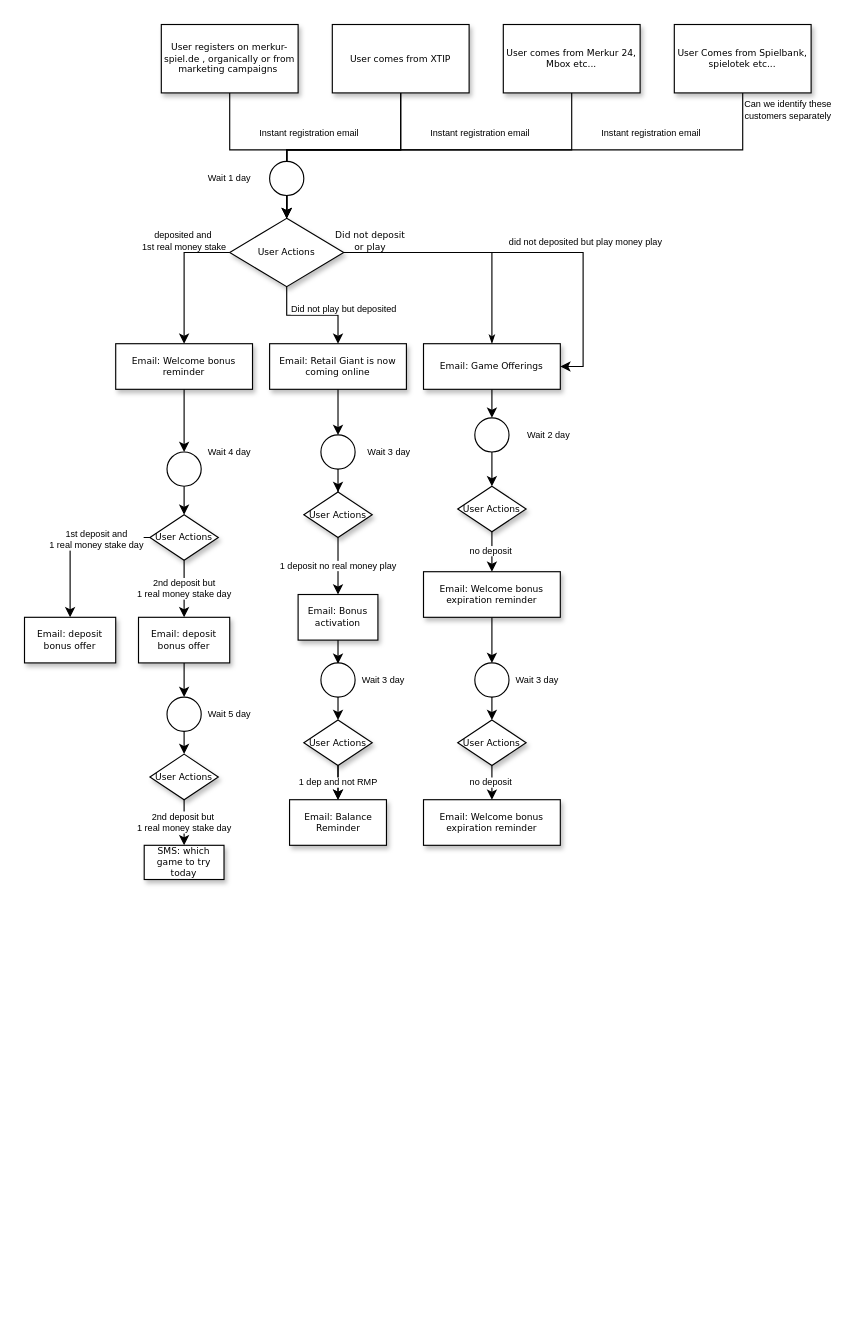
This is Casino Welcome Diagram.drawio from m-rodriguez-merkur/merkur101, a draw.io file, before an edit. Source tidied: cells renumbered, new cells numbered last; positions are measured from the earlier drawing's top-left corner, leaving out a move shared by most shapes. Both pictures are drawn from the tidied source at 114%, with x=0, y=0 at pixel (24, 24).
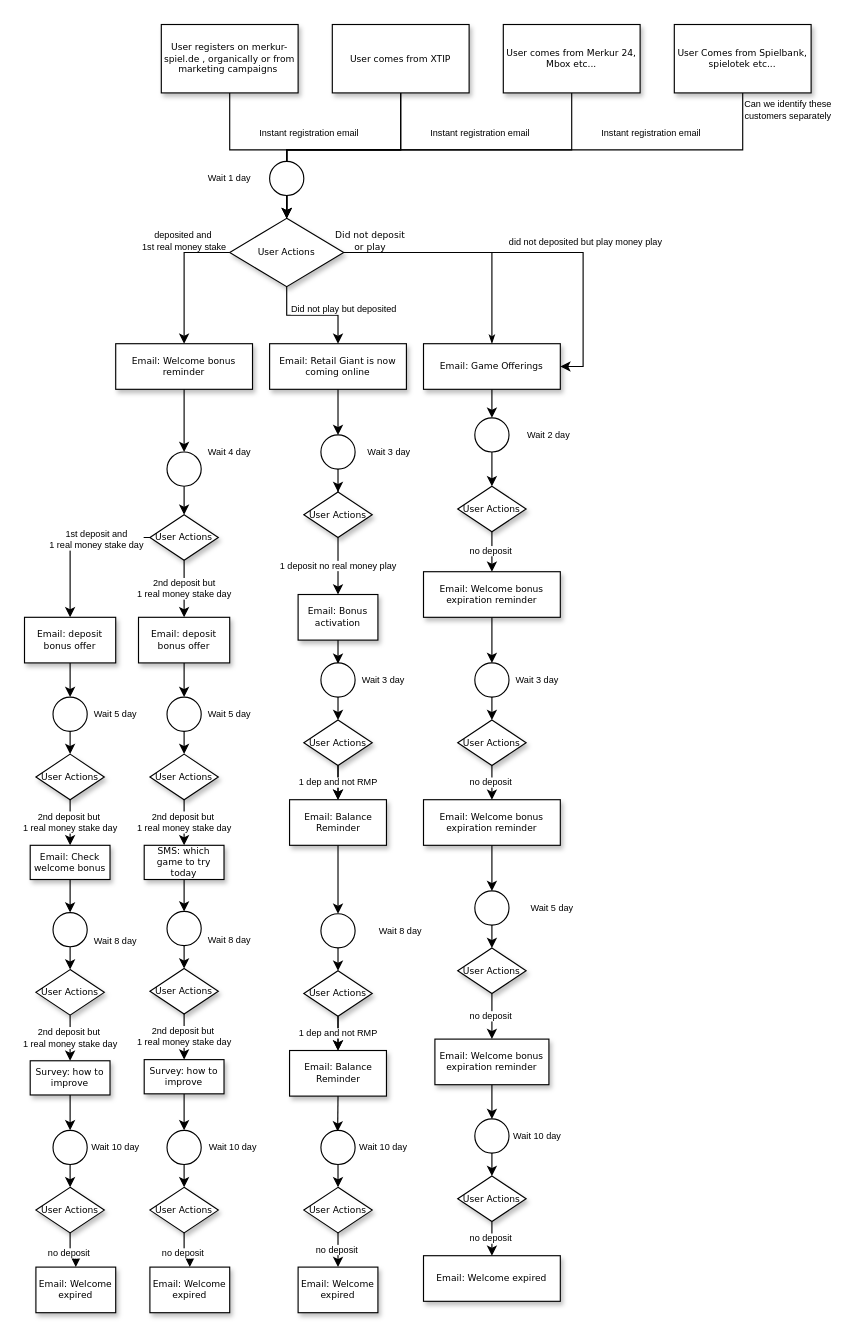
Above is the later version.

The change refers to these unchanged cells:
```xml
<mxCell id="52" value="Email: deposit bonus offer" style="whiteSpace=wrap;html=1;rounded=0;shadow=1;labelBackgroundColor=none;strokeWidth=1;fontFamily=Verdana;fontSize=8;align=center;" parent="1" vertex="1">
  <mxGeometry y="520" width="80" height="40" as="geometry" />
</mxCell>
<mxCell id="58" value="Email: Welcome bonus expiration reminder" style="whiteSpace=wrap;html=1;rounded=0;shadow=1;labelBackgroundColor=none;strokeWidth=1;fontFamily=Verdana;fontSize=8;align=center;" parent="1" vertex="1">
  <mxGeometry x="350" y="680" width="120" height="40" as="geometry" />
</mxCell>
<mxCell id="65" value="Email: Balance Reminder" style="whiteSpace=wrap;html=1;rounded=0;shadow=1;labelBackgroundColor=none;strokeWidth=1;fontFamily=Verdana;fontSize=8;align=center;" parent="1" vertex="1">
  <mxGeometry x="232.5" y="680" width="85" height="40" as="geometry" />
</mxCell>
<mxCell id="71" value="SMS: which game to try today" style="whiteSpace=wrap;html=1;rounded=0;shadow=1;fontFamily=Verdana;fontSize=8;strokeWidth=1;" parent="1" vertex="1">
  <mxGeometry x="105" y="720" width="70" height="30" as="geometry" />
</mxCell>
```

Diff of the diagram source:
```diff
@@
+    <mxCell id="72" style="edgeStyle=orthogonalEdgeStyle;rounded=0;jettySize=auto;html=1;exitX=0.5;exitY=1;exitDx=0;exitDy=0;entryX=0.5;entryY=0;entryDx=0;entryDy=0;fontSize=8;" parent="1" edge="1" source="52" target="99">
+      <mxGeometry relative="1" as="geometry" />
+    </mxCell>
@@
+    <mxCell id="73" style="edgeStyle=orthogonalEdgeStyle;rounded=0;jettySize=auto;html=1;fontSize=8;" parent="1" edge="1" source="58">
+      <mxGeometry relative="1" as="geometry">
+        <mxPoint x="410" y="760" as="targetPoint" />
+      </mxGeometry>
+    </mxCell>
@@
+    <mxCell id="74" style="edgeStyle=orthogonalEdgeStyle;rounded=0;jettySize=auto;html=1;fontSize=8;" parent="1" edge="1" source="65" target="84">
+      <mxGeometry relative="1" as="geometry" />
+    </mxCell>
@@
+    <mxCell id="75" style="edgeStyle=orthogonalEdgeStyle;rounded=0;jettySize=auto;html=1;exitX=0.5;exitY=1;exitDx=0;exitDy=0;entryX=0.5;entryY=0;entryDx=0;entryDy=0;fontSize=8;" parent="1" edge="1" source="71" target="92">
+      <mxGeometry relative="1" as="geometry" />
+    </mxCell>
@@
+    <mxCell id="76" style="edgeStyle=orthogonalEdgeStyle;rounded=0;jettySize=auto;html=1;exitX=0.5;exitY=1;exitDx=0;exitDy=0;entryX=0.5;entryY=0;entryDx=0;entryDy=0;fontSize=8;" parent="1" edge="1" source="77" target="79">
+      <mxGeometry relative="1" as="geometry" />
+    </mxCell>
+    <mxCell id="77" style="ellipse;whiteSpace=wrap;html=1;fontSize=8;" parent="1" vertex="1">
+      <mxGeometry x="395" y="760" width="30" height="30" as="geometry" />
+    </mxCell>
+    <mxCell id="78" value="no deposit&amp;nbsp;" style="edgeStyle=orthogonalEdgeStyle;rounded=0;jettySize=auto;html=1;fontSize=8;" parent="1" edge="1" source="79" target="81">
+      <mxGeometry relative="1" as="geometry" />
+    </mxCell>
+    <mxCell id="79" value="User Actions" style="rhombus;whiteSpace=wrap;html=1;rounded=0;shadow=1;labelBackgroundColor=none;strokeWidth=1;fontFamily=Verdana;fontSize=8;align=center;" parent="1" vertex="1">
+      <mxGeometry x="380" y="810" width="60" height="40" as="geometry" />
+    </mxCell>
+    <mxCell id="80" style="edgeStyle=orthogonalEdgeStyle;rounded=0;jettySize=auto;html=1;exitX=0.5;exitY=1;exitDx=0;exitDy=0;fontSize=8;" parent="1" edge="1" source="81" target="113">
+      <mxGeometry relative="1" as="geometry" />
+    </mxCell>
+    <mxCell id="81" value="Email: Welcome bonus expiration reminder" style="whiteSpace=wrap;html=1;rounded=0;shadow=1;labelBackgroundColor=none;strokeWidth=1;fontFamily=Verdana;fontSize=8;align=center;" parent="1" vertex="1">
+      <mxGeometry x="360" y="890" width="100" height="40" as="geometry" />
+    </mxCell>
+    <mxCell id="82" value="Wait 5 day" style="text;html=1;strokeColor=none;fillColor=none;align=center;verticalAlign=middle;whiteSpace=wrap;rounded=0;fontSize=8;" parent="1" vertex="1">
+      <mxGeometry x="413" y="760" width="100" height="30" as="geometry" />
+    </mxCell>
+    <mxCell id="83" style="edgeStyle=orthogonalEdgeStyle;rounded=0;jettySize=auto;html=1;exitX=0.5;exitY=1;exitDx=0;exitDy=0;entryX=0.5;entryY=0;entryDx=0;entryDy=0;fontSize=8;" parent="1" edge="1" source="84" target="87">
+      <mxGeometry relative="1" as="geometry" />
+    </mxCell>
+    <mxCell id="84" style="ellipse;whiteSpace=wrap;html=1;fontSize=8;" parent="1" vertex="1">
+      <mxGeometry x="260" y="780" width="30" height="30" as="geometry" />
+    </mxCell>
+    <mxCell id="85" style="edgeStyle=orthogonalEdgeStyle;rounded=0;jettySize=auto;html=1;exitX=0.5;exitY=1;exitDx=0;exitDy=0;entryX=0.5;entryY=0;entryDx=0;entryDy=0;fontSize=8;" parent="1" edge="1" source="87" target="89">
+      <mxGeometry relative="1" as="geometry" />
+    </mxCell>
+    <mxCell id="86" value="1 dep and not RMP" style="edgeStyle=orthogonalEdgeStyle;rounded=0;jettySize=auto;html=1;fontSize=8;" parent="1" edge="1" source="87" target="89">
+      <mxGeometry relative="1" as="geometry" />
+    </mxCell>
+    <mxCell id="87" value="User Actions" style="rhombus;whiteSpace=wrap;html=1;rounded=0;shadow=1;labelBackgroundColor=none;strokeWidth=1;fontFamily=Verdana;fontSize=8;align=center;" parent="1" vertex="1">
+      <mxGeometry x="245" y="830" width="60" height="40" as="geometry" />
+    </mxCell>
+    <mxCell id="88" style="edgeStyle=orthogonalEdgeStyle;rounded=0;jettySize=auto;html=1;exitX=0.5;exitY=1;exitDx=0;exitDy=0;entryX=0.097;entryY=0.033;entryDx=0;entryDy=0;entryPerimeter=0;fontSize=8;" parent="1" edge="1" source="89" target="123">
+      <mxGeometry relative="1" as="geometry" />
+    </mxCell>
+    <mxCell id="89" value="Email: Balance Reminder" style="whiteSpace=wrap;html=1;rounded=0;shadow=1;labelBackgroundColor=none;strokeWidth=1;fontFamily=Verdana;fontSize=8;align=center;" parent="1" vertex="1">
+      <mxGeometry x="232.5" y="900" width="85" height="40" as="geometry" />
+    </mxCell>
+    <mxCell id="90" value="Wait 8 day" style="text;html=1;strokeColor=none;fillColor=none;align=center;verticalAlign=middle;whiteSpace=wrap;rounded=0;fontSize=8;" parent="1" vertex="1">
+      <mxGeometry x="280" y="780" width="100" height="30" as="geometry" />
+    </mxCell>
+    <mxCell id="91" style="edgeStyle=orthogonalEdgeStyle;rounded=0;jettySize=auto;html=1;exitX=0.5;exitY=1;exitDx=0;exitDy=0;entryX=0.5;entryY=0;entryDx=0;entryDy=0;fontSize=8;" parent="1" edge="1" source="92" target="94">
+      <mxGeometry relative="1" as="geometry" />
+    </mxCell>
+    <mxCell id="92" style="ellipse;whiteSpace=wrap;html=1;fontSize=8;" parent="1" vertex="1">
+      <mxGeometry x="125" y="778" width="30" height="30" as="geometry" />
+    </mxCell>
+    <mxCell id="93" value="&lt;span style=&quot;color: rgb(0 , 0 , 0) ; font-family: &amp;#34;helvetica&amp;#34; ; font-size: 8px ; font-style: normal ; font-weight: 400 ; letter-spacing: normal ; text-align: center ; text-indent: 0px ; text-transform: none ; word-spacing: 0px ; background-color: rgb(255 , 255 , 255) ; display: inline ; float: none&quot;&gt;2nd deposit but&lt;span&gt;&amp;nbsp;&lt;/span&gt;&lt;/span&gt;&lt;br style=&quot;color: rgb(0 , 0 , 0) ; font-family: &amp;#34;helvetica&amp;#34; ; font-size: 8px ; font-style: normal ; font-weight: 400 ; letter-spacing: normal ; text-align: center ; text-indent: 0px ; text-transform: none ; word-spacing: 0px&quot;&gt;&lt;span style=&quot;color: rgb(0 , 0 , 0) ; font-family: &amp;#34;helvetica&amp;#34; ; font-size: 8px ; font-style: normal ; font-weight: 400 ; letter-spacing: normal ; text-align: center ; text-indent: 0px ; text-transform: none ; word-spacing: 0px ; background-color: rgb(255 , 255 , 255) ; display: inline ; float: none&quot;&gt;1 real money stake day&lt;/span&gt;" style="edgeStyle=orthogonalEdgeStyle;rounded=0;jettySize=auto;html=1;fontSize=8;" parent="1" edge="1" source="94" target="96">
+      <mxGeometry relative="1" as="geometry" />
+    </mxCell>
+    <mxCell id="94" value="User Actions" style="rhombus;whiteSpace=wrap;html=1;rounded=0;shadow=1;labelBackgroundColor=none;strokeWidth=1;fontFamily=Verdana;fontSize=8;align=center;" parent="1" vertex="1">
+      <mxGeometry x="110" y="828" width="60" height="40" as="geometry" />
+    </mxCell>
+    <mxCell id="95" style="edgeStyle=orthogonalEdgeStyle;rounded=0;jettySize=auto;html=1;exitX=0.5;exitY=1;exitDx=0;exitDy=0;entryX=0.5;entryY=0;entryDx=0;entryDy=0;fontSize=8;" parent="1" edge="1" source="96" target="125">
+      <mxGeometry relative="1" as="geometry" />
+    </mxCell>
+    <mxCell id="96" value="Survey: how to improve" style="whiteSpace=wrap;html=1;rounded=0;shadow=1;fontFamily=Verdana;fontSize=8;strokeWidth=1;" parent="1" vertex="1">
+      <mxGeometry x="105" y="908" width="70" height="30" as="geometry" />
+    </mxCell>
+    <mxCell id="97" value="Wait 8 day" style="text;html=1;strokeColor=none;fillColor=none;align=center;verticalAlign=middle;whiteSpace=wrap;rounded=0;fontSize=8;" parent="1" vertex="1">
+      <mxGeometry x="130" y="788" width="100" height="30" as="geometry" />
+    </mxCell>
+    <mxCell id="98" style="edgeStyle=orthogonalEdgeStyle;rounded=0;jettySize=auto;html=1;exitX=0.5;exitY=1;exitDx=0;exitDy=0;entryX=0.5;entryY=0;entryDx=0;entryDy=0;fontSize=8;" parent="1" edge="1" source="99" target="101">
+      <mxGeometry relative="1" as="geometry" />
+    </mxCell>
+    <mxCell id="99" style="ellipse;whiteSpace=wrap;html=1;fontSize=8;" parent="1" vertex="1">
+      <mxGeometry x="25" y="590" width="30" height="30" as="geometry" />
+    </mxCell>
+    <mxCell id="100" value="&lt;span style=&quot;color: rgb(0 , 0 , 0) ; font-family: &amp;#34;helvetica&amp;#34; ; font-size: 8px ; font-style: normal ; font-weight: 400 ; letter-spacing: normal ; text-align: center ; text-indent: 0px ; text-transform: none ; word-spacing: 0px ; background-color: rgb(255 , 255 , 255) ; display: inline ; float: none&quot;&gt;2nd deposit but&lt;span&gt;&amp;nbsp;&lt;/span&gt;&lt;/span&gt;&lt;br style=&quot;color: rgb(0 , 0 , 0) ; font-family: &amp;#34;helvetica&amp;#34; ; font-size: 8px ; font-style: normal ; font-weight: 400 ; letter-spacing: normal ; text-align: center ; text-indent: 0px ; text-transform: none ; word-spacing: 0px&quot;&gt;&lt;span style=&quot;color: rgb(0 , 0 , 0) ; font-family: &amp;#34;helvetica&amp;#34; ; font-size: 8px ; font-style: normal ; font-weight: 400 ; letter-spacing: normal ; text-align: center ; text-indent: 0px ; text-transform: none ; word-spacing: 0px ; background-color: rgb(255 , 255 , 255) ; display: inline ; float: none&quot;&gt;1 real money stake day&lt;/span&gt;" style="edgeStyle=orthogonalEdgeStyle;rounded=0;jettySize=auto;html=1;fontSize=8;" parent="1" edge="1" source="101" target="103">
+      <mxGeometry relative="1" as="geometry" />
+    </mxCell>
+    <mxCell id="101" value="User Actions" style="rhombus;whiteSpace=wrap;html=1;rounded=0;shadow=1;labelBackgroundColor=none;strokeWidth=1;fontFamily=Verdana;fontSize=8;align=center;" parent="1" vertex="1">
+      <mxGeometry x="10" y="640" width="60" height="40" as="geometry" />
+    </mxCell>
+    <mxCell id="102" style="edgeStyle=orthogonalEdgeStyle;rounded=0;jettySize=auto;html=1;exitX=0.5;exitY=1;exitDx=0;exitDy=0;entryX=0.5;entryY=0;entryDx=0;entryDy=0;fontSize=8;" parent="1" edge="1" source="103" target="106">
+      <mxGeometry relative="1" as="geometry" />
+    </mxCell>
+    <mxCell id="103" value="Email: Check welcome bonus" style="whiteSpace=wrap;html=1;rounded=0;shadow=1;fontFamily=Verdana;fontSize=8;strokeWidth=1;" parent="1" vertex="1">
+      <mxGeometry x="5" y="720" width="70" height="30" as="geometry" />
+    </mxCell>
+    <mxCell id="104" value="Wait 5 day" style="text;html=1;strokeColor=none;fillColor=none;align=center;verticalAlign=middle;whiteSpace=wrap;rounded=0;fontSize=8;" parent="1" vertex="1">
+      <mxGeometry x="30" y="590" width="100" height="30" as="geometry" />
+    </mxCell>
+    <mxCell id="105" style="edgeStyle=orthogonalEdgeStyle;rounded=0;jettySize=auto;html=1;exitX=0.5;exitY=1;exitDx=0;exitDy=0;entryX=0.5;entryY=0;entryDx=0;entryDy=0;fontSize=8;" parent="1" edge="1" source="106" target="108">
+      <mxGeometry relative="1" as="geometry" />
+    </mxCell>
+    <mxCell id="106" style="ellipse;whiteSpace=wrap;html=1;fontSize=8;" parent="1" vertex="1">
+      <mxGeometry x="25" y="779" width="30" height="30" as="geometry" />
+    </mxCell>
+    <mxCell id="107" value="&lt;span style=&quot;color: rgb(0 , 0 , 0) ; font-family: &amp;#34;helvetica&amp;#34; ; font-size: 8px ; font-style: normal ; font-weight: 400 ; letter-spacing: normal ; text-align: center ; text-indent: 0px ; text-transform: none ; word-spacing: 0px ; background-color: rgb(255 , 255 , 255) ; display: inline ; float: none&quot;&gt;2nd deposit but&lt;span&gt;&amp;nbsp;&lt;/span&gt;&lt;/span&gt;&lt;br style=&quot;color: rgb(0 , 0 , 0) ; font-family: &amp;#34;helvetica&amp;#34; ; font-size: 8px ; font-style: normal ; font-weight: 400 ; letter-spacing: normal ; text-align: center ; text-indent: 0px ; text-transform: none ; word-spacing: 0px&quot;&gt;&lt;span style=&quot;color: rgb(0 , 0 , 0) ; font-family: &amp;#34;helvetica&amp;#34; ; font-size: 8px ; font-style: normal ; font-weight: 400 ; letter-spacing: normal ; text-align: center ; text-indent: 0px ; text-transform: none ; word-spacing: 0px ; background-color: rgb(255 , 255 , 255) ; display: inline ; float: none&quot;&gt;1 real money stake day&lt;/span&gt;" style="edgeStyle=orthogonalEdgeStyle;rounded=0;jettySize=auto;html=1;fontSize=8;" parent="1" edge="1" source="108" target="110">
+      <mxGeometry relative="1" as="geometry" />
+    </mxCell>
+    <mxCell id="108" value="User Actions" style="rhombus;whiteSpace=wrap;html=1;rounded=0;shadow=1;labelBackgroundColor=none;strokeWidth=1;fontFamily=Verdana;fontSize=8;align=center;" parent="1" vertex="1">
+      <mxGeometry x="10" y="829" width="60" height="40" as="geometry" />
+    </mxCell>
+    <mxCell id="109" style="edgeStyle=orthogonalEdgeStyle;rounded=0;jettySize=auto;html=1;exitX=0.5;exitY=1;exitDx=0;exitDy=0;fontSize=8;" parent="1" edge="1" source="110" target="131">
+      <mxGeometry relative="1" as="geometry" />
+    </mxCell>
+    <mxCell id="110" value="Survey: how to improve" style="whiteSpace=wrap;html=1;rounded=0;shadow=1;fontFamily=Verdana;fontSize=8;strokeWidth=1;" parent="1" vertex="1">
+      <mxGeometry x="5" y="909" width="70" height="30" as="geometry" />
+    </mxCell>
+    <mxCell id="111" value="Wait 8 day" style="text;html=1;strokeColor=none;fillColor=none;align=center;verticalAlign=middle;whiteSpace=wrap;rounded=0;fontSize=8;" parent="1" vertex="1">
+      <mxGeometry x="30" y="789" width="100" height="30" as="geometry" />
+    </mxCell>
+    <mxCell id="112" style="edgeStyle=orthogonalEdgeStyle;rounded=0;jettySize=auto;html=1;exitX=0.5;exitY=1;exitDx=0;exitDy=0;entryX=0.5;entryY=0;entryDx=0;entryDy=0;fontSize=8;" parent="1" edge="1" source="113" target="115">
+      <mxGeometry relative="1" as="geometry" />
+    </mxCell>
+    <mxCell id="113" style="ellipse;whiteSpace=wrap;html=1;fontSize=8;" parent="1" vertex="1">
+      <mxGeometry x="395" y="960" width="30" height="30" as="geometry" />
+    </mxCell>
+    <mxCell id="114" value="no deposit&amp;nbsp;" style="edgeStyle=orthogonalEdgeStyle;rounded=0;jettySize=auto;html=1;fontSize=8;" parent="1" edge="1" source="115" target="116">
+      <mxGeometry relative="1" as="geometry" />
+    </mxCell>
+    <mxCell id="115" value="User Actions" style="rhombus;whiteSpace=wrap;html=1;rounded=0;shadow=1;labelBackgroundColor=none;strokeWidth=1;fontFamily=Verdana;fontSize=8;align=center;" parent="1" vertex="1">
+      <mxGeometry x="380" y="1010" width="60" height="40" as="geometry" />
+    </mxCell>
+    <mxCell id="116" value="Email: Welcome expired" style="whiteSpace=wrap;html=1;rounded=0;shadow=1;labelBackgroundColor=none;strokeWidth=1;fontFamily=Verdana;fontSize=8;align=center;" parent="1" vertex="1">
+      <mxGeometry x="350" y="1080" width="120" height="40" as="geometry" />
+    </mxCell>
+    <mxCell id="117" value="Wait 10 day" style="text;html=1;strokeColor=none;fillColor=none;align=center;verticalAlign=middle;whiteSpace=wrap;rounded=0;fontSize=8;" parent="1" vertex="1">
+      <mxGeometry x="400" y="960" width="100" height="30" as="geometry" />
+    </mxCell>
+    <mxCell id="118" style="edgeStyle=orthogonalEdgeStyle;rounded=0;jettySize=auto;html=1;exitX=0.5;exitY=1;exitDx=0;exitDy=0;entryX=0.5;entryY=0;entryDx=0;entryDy=0;fontSize=8;" parent="1" edge="1" source="119" target="121">
+      <mxGeometry relative="1" as="geometry" />
+    </mxCell>
+    <mxCell id="119" style="ellipse;whiteSpace=wrap;html=1;fontSize=8;" parent="1" vertex="1">
+      <mxGeometry x="260" y="970" width="30" height="30" as="geometry" />
+    </mxCell>
+    <mxCell id="120" value="no deposit&amp;nbsp;" style="edgeStyle=orthogonalEdgeStyle;rounded=0;jettySize=auto;html=1;fontSize=8;" parent="1" edge="1" source="121" target="122">
+      <mxGeometry relative="1" as="geometry" />
+    </mxCell>
+    <mxCell id="121" value="User Actions" style="rhombus;whiteSpace=wrap;html=1;rounded=0;shadow=1;labelBackgroundColor=none;strokeWidth=1;fontFamily=Verdana;fontSize=8;align=center;" parent="1" vertex="1">
+      <mxGeometry x="245" y="1020" width="60" height="40" as="geometry" />
+    </mxCell>
+    <mxCell id="122" value="Email: Welcome expired" style="whiteSpace=wrap;html=1;rounded=0;shadow=1;labelBackgroundColor=none;strokeWidth=1;fontFamily=Verdana;fontSize=8;align=center;" parent="1" vertex="1">
+      <mxGeometry x="240" y="1090" width="70" height="40" as="geometry" />
+    </mxCell>
+    <mxCell id="123" value="Wait 10 day" style="text;html=1;strokeColor=none;fillColor=none;align=center;verticalAlign=middle;whiteSpace=wrap;rounded=0;fontSize=8;" parent="1" vertex="1">
+      <mxGeometry x="265" y="970" width="100" height="30" as="geometry" />
+    </mxCell>
+    <mxCell id="124" style="edgeStyle=orthogonalEdgeStyle;rounded=0;jettySize=auto;html=1;exitX=0.5;exitY=1;exitDx=0;exitDy=0;entryX=0.5;entryY=0;entryDx=0;entryDy=0;fontSize=8;" parent="1" edge="1" source="125" target="127">
+      <mxGeometry relative="1" as="geometry" />
+    </mxCell>
+    <mxCell id="125" style="ellipse;whiteSpace=wrap;html=1;fontSize=8;" parent="1" vertex="1">
+      <mxGeometry x="125" y="970" width="30" height="30" as="geometry" />
+    </mxCell>
+    <mxCell id="126" value="no deposit&amp;nbsp;" style="edgeStyle=orthogonalEdgeStyle;rounded=0;jettySize=auto;html=1;fontSize=8;" parent="1" edge="1" source="127" target="128">
+      <mxGeometry relative="1" as="geometry" />
+    </mxCell>
+    <mxCell id="127" value="User Actions" style="rhombus;whiteSpace=wrap;html=1;rounded=0;shadow=1;labelBackgroundColor=none;strokeWidth=1;fontFamily=Verdana;fontSize=8;align=center;" parent="1" vertex="1">
+      <mxGeometry x="110" y="1020" width="60" height="40" as="geometry" />
+    </mxCell>
+    <mxCell id="128" value="Email: Welcome expired" style="whiteSpace=wrap;html=1;rounded=0;shadow=1;labelBackgroundColor=none;strokeWidth=1;fontFamily=Verdana;fontSize=8;align=center;" parent="1" vertex="1">
+      <mxGeometry x="110" y="1090" width="70" height="40" as="geometry" />
+    </mxCell>
+    <mxCell id="129" value="Wait 10 day" style="text;html=1;strokeColor=none;fillColor=none;align=center;verticalAlign=middle;whiteSpace=wrap;rounded=0;fontSize=8;" parent="1" vertex="1">
+      <mxGeometry x="132.5" y="970" width="100" height="30" as="geometry" />
+    </mxCell>
+    <mxCell id="130" style="edgeStyle=orthogonalEdgeStyle;rounded=0;jettySize=auto;html=1;exitX=0.5;exitY=1;exitDx=0;exitDy=0;entryX=0.5;entryY=0;entryDx=0;entryDy=0;fontSize=8;" parent="1" edge="1" source="131" target="133">
+      <mxGeometry relative="1" as="geometry" />
+    </mxCell>
+    <mxCell id="131" style="ellipse;whiteSpace=wrap;html=1;fontSize=8;" parent="1" vertex="1">
+      <mxGeometry x="25" y="970" width="30" height="30" as="geometry" />
+    </mxCell>
+    <mxCell id="132" value="no deposit&amp;nbsp;" style="edgeStyle=orthogonalEdgeStyle;rounded=0;jettySize=auto;html=1;fontSize=8;" parent="1" edge="1" source="133" target="134">
+      <mxGeometry relative="1" as="geometry" />
+    </mxCell>
+    <mxCell id="133" value="User Actions" style="rhombus;whiteSpace=wrap;html=1;rounded=0;shadow=1;labelBackgroundColor=none;strokeWidth=1;fontFamily=Verdana;fontSize=8;align=center;" parent="1" vertex="1">
+      <mxGeometry x="10" y="1020" width="60" height="40" as="geometry" />
+    </mxCell>
+    <mxCell id="134" value="Email: Welcome expired" style="whiteSpace=wrap;html=1;rounded=0;shadow=1;labelBackgroundColor=none;strokeWidth=1;fontFamily=Verdana;fontSize=8;align=center;" parent="1" vertex="1">
+      <mxGeometry x="10" y="1090" width="70" height="40" as="geometry" />
+    </mxCell>
+    <mxCell id="135" value="Wait 10 day" style="text;html=1;strokeColor=none;fillColor=none;align=center;verticalAlign=middle;whiteSpace=wrap;rounded=0;fontSize=8;" parent="1" vertex="1">
+      <mxGeometry x="30" y="970" width="100" height="30" as="geometry" />
+    </mxCell>
```
